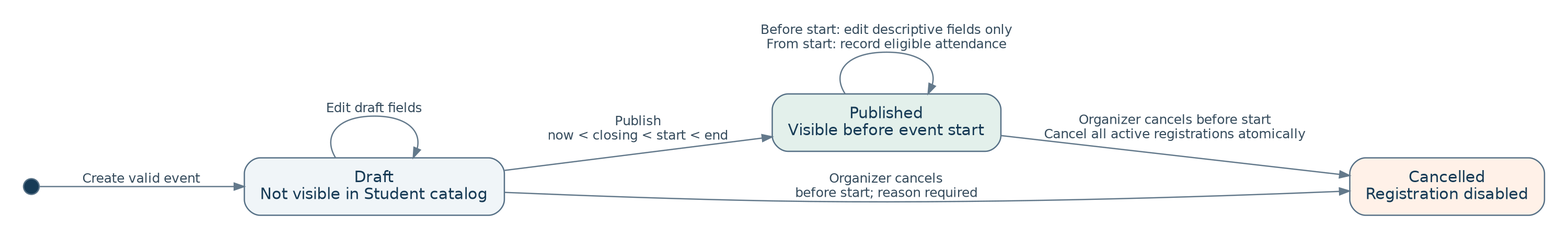
Earlier version of the Graphviz export docs/diagrams/06_event_lifecycle.png (alamshahriya1-cpu/campus-event-management). Its source is kept beside it as docs/diagrams/source/06_event_lifecycle.dot. The source it was exported from:
```dot
digraph Lifecycle {
graph [bgcolor="white", fontname="DejaVu Sans", pad="0.25", nodesep="0.45", ranksep="0.65"];
node [fontname="DejaVu Sans", fontsize=12, color="#567086", fontcolor="#173B56", style="rounded,filled", fillcolor="#F0F5F8", shape=box, margin="0.16,0.12"];
edge [fontname="DejaVu Sans", fontsize=10, color="#63798B", fontcolor="#374D5E", arrowsize=0.75];
rankdir=LR;ranksep=.9;
initial [label="",shape=circle,width=.16,style=filled,fillcolor="#173B56"];
draft [label="Draft\nNot visible in Student catalog",fillcolor="#F0F5F8"];
published [label="Published\nVisible before event start",fillcolor="#E3F0EB"];
cancelled [label="Cancelled\nRegistration disabled",fillcolor="#FFF1E8"];
initial -> draft [label="Create valid event"];
draft -> draft [label="Edit draft fields"];
draft -> published [label="Publish\nnow < closing < start < end"];
draft -> cancelled [label="Organizer cancels\nbefore start; reason required"];
published -> cancelled [label="Organizer cancels before start\nCancel all active registrations atomically"];
published -> published [label="Before start: edit descriptive fields only\nFrom start: record eligible attendance"];
}
```
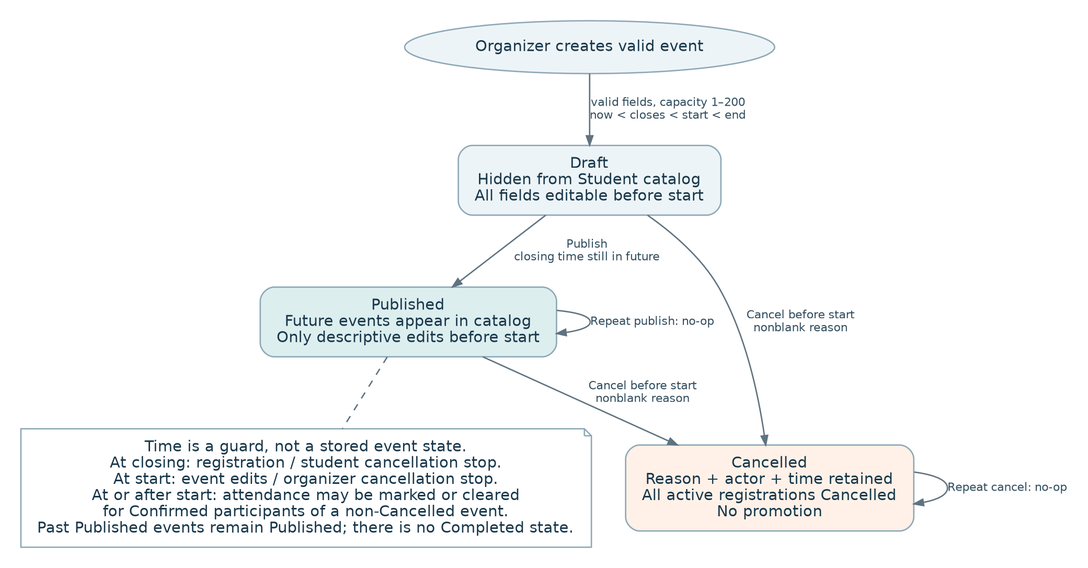
The same file after the commit.

What changed in the source:
```diff
@@ -1,16 +1,34 @@
-digraph Lifecycle {
-graph [bgcolor="white", fontname="DejaVu Sans", pad="0.25", nodesep="0.45", ranksep="0.65"];
-node [fontname="DejaVu Sans", fontsize=12, color="#567086", fontcolor="#173B56", style="rounded,filled", fillcolor="#F0F5F8", shape=box, margin="0.16,0.12"];
-edge [fontname="DejaVu Sans", fontsize=10, color="#63798B", fontcolor="#374D5E", arrowsize=0.75];
-rankdir=LR;ranksep=.9;
-initial [label="",shape=circle,width=.16,style=filled,fillcolor="#173B56"];
-draft [label="Draft\nNot visible in Student catalog",fillcolor="#F0F5F8"];
-published [label="Published\nVisible before event start",fillcolor="#E3F0EB"];
-cancelled [label="Cancelled\nRegistration disabled",fillcolor="#FFF1E8"];
-initial -> draft [label="Create valid event"];
-draft -> draft [label="Edit draft fields"];
-draft -> published [label="Publish\nnow < closing < start < end"];
-draft -> cancelled [label="Organizer cancels\nbefore start; reason required"];
-published -> cancelled [label="Organizer cancels before start\nCancel all active registrations atomically"];
-published -> published [label="Before start: edit descriptive fields only\nFrom start: record eligible attendance"];
+digraph G {
+graph [bgcolor="white", pad="0.25", nodesep="0.40", ranksep="0.55", fontname="DejaVu Sans", fontsize=13];
+node [shape=box, style="rounded,filled", fillcolor="#EDF4F7", color="#8EA8B7", fontcolor="#19384B", fontname="DejaVu Sans", fontsize=13, margin="0.20,0.13", penwidth=1.2];
+edge [color="#5F7280", fontcolor="#334F60", fontname="DejaVu Sans", fontsize=10, arrowsize=0.8, penwidth=1.2];
+rankdir=TB;
+create [shape=oval,label="Organizer creates valid event"];
+draft [label="Draft
+Hidden from Student catalog
+All fields editable before start",fillcolor="#EDF4F7"];
+published [label="Published
+Future events appear in catalog
+Only descriptive edits before start",fillcolor="#DDEEEF"];
+cancelled [label="Cancelled
+Reason + actor + time retained
+All active registrations Cancelled
+No promotion",fillcolor="#FFF1E8"];
+create -> draft [label="valid fields, capacity 1–200
+now < closes < start < end"];
+draft -> published [label="Publish
+closing time still in future"];
+draft -> cancelled [label="Cancel before start
+nonblank reason"];
+published -> cancelled [label="Cancel before start
+nonblank reason"];
+published -> published [label="Repeat publish: no-op"];
+cancelled -> cancelled [label="Repeat cancel: no-op"];
+guard [shape=note,label="Time is a guard, not a stored event state.
+At closing: registration / student cancellation stop.
+At start: event edits / organizer cancellation stop.
+At or after start: attendance may be marked or cleared
+for Confirmed participants of a non-Cancelled event.
+Past Published events remain Published; there is no Completed state.",fillcolor="white"];
+published -> guard [style=dashed,arrowhead=none];
 }
```
